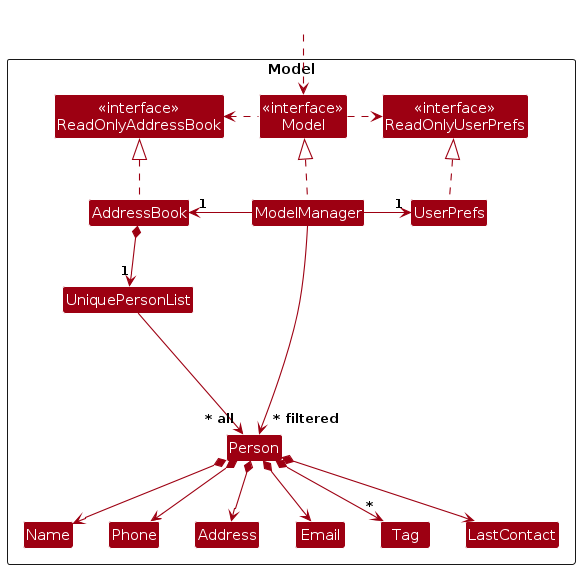
The PlantUML diagram diagrams/ModelClassDiagram.png in AY2324S2-CS2103T-F13-2/tp, before a commit. Its source is kept beside it as diagrams/ModelClassDiagram.puml.
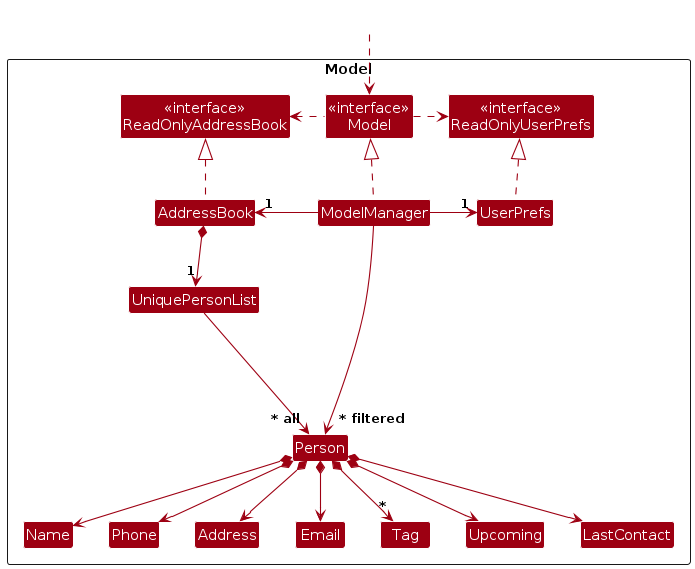
Above is the later version.

Diff of the diagram source:
```diff
@@ -19,7 +19,9 @@
 Class Name
 Class Phone
 Class Tag
+Class Upcoming
 Class LastContact
+
 
 Class I #FFFFFF
 }
@@ -43,6 +45,7 @@
 Person *--> Email
 Person *--> Address
 Person *--> "*" Tag
+Person *--> Upcoming
 Person *--> LastContact
 
 Person -[hidden]up--> I
@@ -52,6 +55,7 @@
 Phone -[hidden]right-> Address
 Address -[hidden]right-> Email
 Email -[hidden]right-> Tag
+Tag -[hidden]right-> Upcoming
 Tag -[hidden]right-> LastContact
 
 ModelManager --> "~* filtered" Person
```
